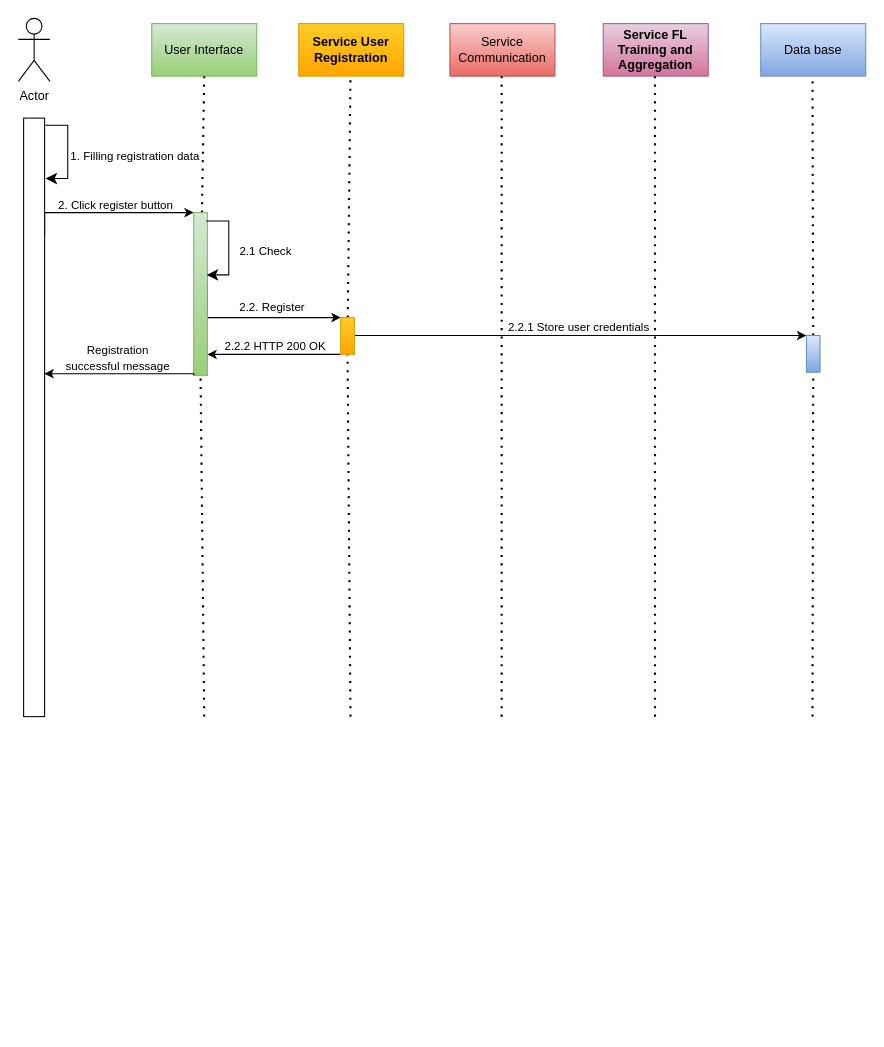
Above: Thesis/Process View.drawio in anandanlk/Drawings (draw.io), before the change. Source tidied: cells renumbered, new cells numbered last; positions are measured from the earlier drawing's top-left corner, leaving out a move shared by most shapes. Both pictures are drawn from the tidied source at 105%, with x=0, y=0 at pixel (18, 18).
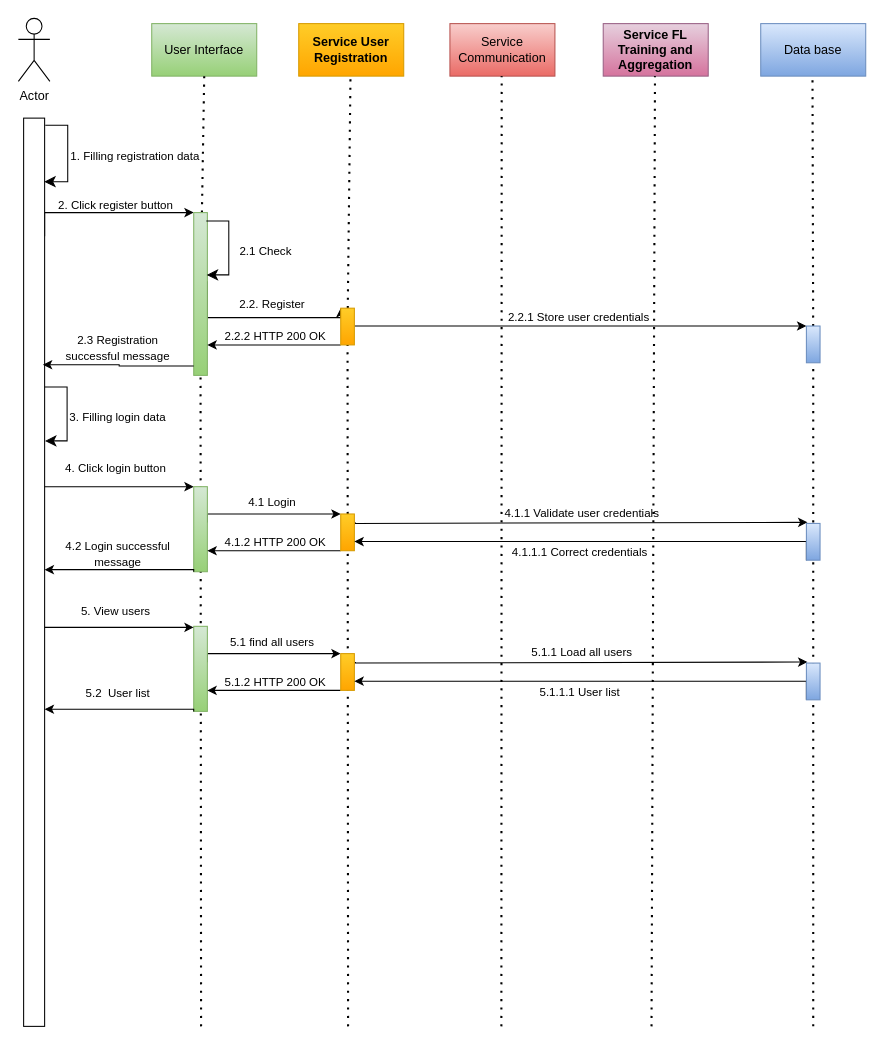
After the change.

Unchanged cells that the change refers to:
```xml
<mxCell id="20" style="rounded=0;whiteSpace=wrap;html=1;fillColor=#d5e8d4;gradientColor=#97d077;strokeColor=#82b366;" parent="1" vertex="1">
  <mxGeometry x="167" y="185" width="13" height="155" as="geometry" />
</mxCell>
```

Diff of the diagram source:
```diff
@@
     <mxCell id="9" style="rounded=0;whiteSpace=wrap;html=1;" parent="1" vertex="1">
-      <mxGeometry x="5" y="95" width="20" height="570" as="geometry" />
+      <mxGeometry x="5" y="95" width="20" height="865" as="geometry" />
     </mxCell>
@@
     <mxCell id="12" style="endArrow=none;dashed=1;html=1;dashPattern=1 3;strokeWidth=2;rounded=0;entryX=0.5;entryY=1;entryDx=0;entryDy=0;" parent="1" edge="1">
       <mxGeometry relative="1" as="geometry">
-        <mxPoint x="460.3" y="665" as="sourcePoint" />
+        <mxPoint x="460" y="960" as="sourcePoint" />
         <mxPoint x="460.3" y="55" as="targetPoint" />
       </mxGeometry>
     </mxCell>
     <mxCell id="13" style="endArrow=none;dashed=1;html=1;dashPattern=1 3;strokeWidth=2;rounded=0;entryX=0.5;entryY=1;entryDx=0;entryDy=0;" parent="1" edge="1">
       <mxGeometry relative="1" as="geometry">
-        <mxPoint x="606.3" y="665" as="sourcePoint" />
+        <mxPoint x="603" y="960" as="sourcePoint" />
         <mxPoint x="606.3" y="55" as="targetPoint" />
       </mxGeometry>
     </mxCell>
@@
-    <mxCell id="15" style="edgeStyle=elbowEdgeStyle;elbow=horizontal;endArrow=classic;html=1;curved=0;rounded=0;endSize=8;startSize=8;exitX=1.029;exitY=0.045;exitDx=0;exitDy=0;exitPerimeter=0;entryX=1.047;entryY=0.101;entryDx=0;entryDy=0;entryPerimeter=0;" parent="1" edge="1" target="9">
+    <mxCell id="15" style="edgeStyle=elbowEdgeStyle;elbow=horizontal;endArrow=classic;html=1;curved=0;rounded=0;endSize=8;startSize=8;exitX=1.029;exitY=0.045;exitDx=0;exitDy=0;exitPerimeter=0;entryX=0.983;entryY=0.07;entryDx=0;entryDy=0;entryPerimeter=0;" parent="1" edge="1" target="9">
       <mxGeometry relative="1" as="geometry">
         <mxPoint x="25.6" y="101.7" as="sourcePoint" />
         <Array as="points">
           <mxPoint x="47" y="146" />
         </Array>
       </mxGeometry>
     </mxCell>
@@
     <mxCell id="18" style="endArrow=none;dashed=1;html=1;dashPattern=1 3;strokeWidth=2;rounded=0;entryX=0.5;entryY=1;entryDx=0;entryDy=0;" parent="1" edge="1" target="20">
       <mxGeometry relative="1" as="geometry">
-        <mxPoint x="177" y="665" as="sourcePoint" />
+        <mxPoint x="174" y="960" as="sourcePoint" />
       </mxGeometry>
     </mxCell>
@@
     <mxCell id="23" value="&lt;font style=&quot;font-size: 11px;&quot;&gt;2.2. Register&lt;/font&gt;" style="text;html=1;align=center;verticalAlign=middle;whiteSpace=wrap;rounded=0;" parent="1" vertex="1">
-      <mxGeometry x="198" y="260" width="88" height="30" as="geometry" />
+      <mxGeometry x="198" y="257" width="88" height="30" as="geometry" />
     </mxCell>
     <mxCell id="24" style="endArrow=none;dashed=1;html=1;dashPattern=1 3;strokeWidth=2;rounded=0;entryX=0.5;entryY=1;entryDx=0;entryDy=0;" parent="1" edge="1" target="27">
       <mxGeometry relative="1" as="geometry">
-        <mxPoint x="316.3" y="665" as="sourcePoint" />
+        <mxPoint x="314" y="960" as="sourcePoint" />
       </mxGeometry>
     </mxCell>
     <mxCell id="25" style="edgeStyle=orthogonalEdgeStyle;rounded=0;jettySize=auto;html=1;exitX=0;exitY=1;exitDx=0;exitDy=0;" parent="1" edge="1" source="27">
       <mxGeometry relative="1" as="geometry">
-        <mxPoint x="180" y="320" as="targetPoint" />
+        <mxPoint x="180" y="311" as="targetPoint" />
         <Array as="points">
-          <mxPoint x="180" y="320" />
+          <mxPoint x="180" y="311" />
         </Array>
       </mxGeometry>
     </mxCell>
     <mxCell id="26" style="edgeStyle=orthogonalEdgeStyle;rounded=0;jettySize=auto;html=1;entryX=0;entryY=0;entryDx=0;entryDy=0;" parent="1" edge="1" source="27" target="30">
       <mxGeometry relative="1" as="geometry">
         <Array as="points">
-          <mxPoint x="751" y="303" />
+          <mxPoint x="751" y="294" />
         </Array>
       </mxGeometry>
     </mxCell>
     <mxCell id="27" style="rounded=0;whiteSpace=wrap;html=1;fillColor=#ffcd28;strokeColor=#d79b00;gradientColor=#ffa500;" parent="1" vertex="1">
-      <mxGeometry x="307" y="285" width="13" height="35" as="geometry" />
+      <mxGeometry x="307" y="276" width="13" height="35" as="geometry" />
     </mxCell>
     <mxCell id="28" value="&lt;font style=&quot;font-size: 11px;&quot;&gt;2.2.2 HTTP 200 OK&lt;/font&gt;" style="text;html=1;align=center;verticalAlign=middle;whiteSpace=wrap;rounded=0;" parent="1" vertex="1">
-      <mxGeometry x="195" y="297" width="100" height="30" as="geometry" />
+      <mxGeometry x="195" y="288" width="100" height="30" as="geometry" />
     </mxCell>
     <mxCell id="29" style="endArrow=none;dashed=1;html=1;dashPattern=1 3;strokeWidth=2;rounded=0;entryX=0.5;entryY=1;entryDx=0;entryDy=0;" parent="1" edge="1" target="30">
       <mxGeometry relative="1" as="geometry">
-        <mxPoint x="756.3" y="665" as="sourcePoint" />
+        <mxPoint x="757" y="960" as="sourcePoint" />
       </mxGeometry>
     </mxCell>
     <mxCell id="30" style="rounded=0;whiteSpace=wrap;html=1;fillColor=#dae8fc;strokeColor=#6c8ebf;gradientColor=#7ea6e0;" parent="1" vertex="1">
-      <mxGeometry x="750.5" y="302" width="13" height="35" as="geometry" />
+      <mxGeometry x="750.5" y="293" width="13" height="35" as="geometry" />
     </mxCell>
     <mxCell id="31" value="&lt;font style=&quot;font-size: 11px;&quot;&gt;2.2.1 Store user credentials&lt;/font&gt;" style="text;html=1;align=center;verticalAlign=middle;whiteSpace=wrap;rounded=0;" parent="1" vertex="1">
-      <mxGeometry x="459" y="279" width="150" height="30" as="geometry" />
+      <mxGeometry x="459" y="270" width="150" height="30" as="geometry" />
     </mxCell>
-    <mxCell id="32" style="edgeStyle=orthogonalEdgeStyle;rounded=0;jettySize=auto;html=1;exitX=0;exitY=1;exitDx=0;exitDy=0;entryX=0.988;entryY=0.427;entryDx=0;entryDy=0;entryPerimeter=0;" parent="1" edge="1" source="20" target="9">
+    <mxCell id="32" style="edgeStyle=orthogonalEdgeStyle;rounded=0;orthogonalLoop=1;jettySize=auto;html=1;exitX=0;exitY=1;exitDx=0;exitDy=0;entryX=0.917;entryY=0.282;entryDx=0;entryDy=0;entryPerimeter=0;" parent="1" edge="1">
       <mxGeometry relative="1" as="geometry">
+        <mxPoint x="167" y="331" as="sourcePoint" />
+        <mxPoint x="23.3" y="329.9" as="targetPoint" />
         <Array as="points">
-          <mxPoint x="167" y="338" />
+          <mxPoint x="96" y="330" />
         </Array>
       </mxGeometry>
     </mxCell>
-    <mxCell id="33" value="&lt;font style=&quot;font-size: 11px;&quot;&gt;Registration successful message&lt;/font&gt;" style="text;html=1;align=center;verticalAlign=middle;whiteSpace=wrap;rounded=0;" parent="1" vertex="1">
-      <mxGeometry x="40" y="308" width="110" height="30" as="geometry" />
+    <mxCell id="33" value="&lt;font style=&quot;font-size: 11px;&quot;&gt;2.3 Registration successful message&lt;/font&gt;" style="text;html=1;align=center;verticalAlign=middle;whiteSpace=wrap;rounded=0;" parent="1" vertex="1">
+      <mxGeometry x="40" y="299" width="110" height="30" as="geometry" />
     </mxCell>
+    <mxCell id="34" style="edgeStyle=elbowEdgeStyle;elbow=horizontal;endArrow=classic;html=1;curved=0;rounded=0;endSize=8;startSize=8;exitX=1.029;exitY=0.045;exitDx=0;exitDy=0;exitPerimeter=0;entryX=1.047;entryY=0.101;entryDx=0;entryDy=0;entryPerimeter=0;" parent="1" edge="1">
+      <mxGeometry relative="1" as="geometry">
+        <mxPoint x="25" y="351" as="sourcePoint" />
+        <mxPoint x="25.4" y="402.4" as="targetPoint" />
+        <Array as="points">
+          <mxPoint x="46.4" y="395.4" />
+        </Array>
+      </mxGeometry>
+    </mxCell>
+    <mxCell id="35" value="&lt;font style=&quot;font-size: 11px;&quot;&gt;3. Filling login data&lt;/font&gt;" style="text;html=1;align=left;verticalAlign=middle;whiteSpace=wrap;rounded=0;" parent="1" vertex="1">
+      <mxGeometry x="47.4" y="365.4" width="150" height="30" as="geometry" />
+    </mxCell>
+    <mxCell id="36" style="edgeStyle=orthogonalEdgeStyle;rounded=0;jettySize=auto;html=1;entryX=0;entryY=0;entryDx=0;entryDy=0;" parent="1" edge="1" target="39">
+      <mxGeometry relative="1" as="geometry">
+        <mxPoint x="25" y="446" as="sourcePoint" />
+        <Array as="points">
+          <mxPoint x="25" y="446" />
+        </Array>
+      </mxGeometry>
+    </mxCell>
+    <mxCell id="37" value="&lt;font style=&quot;font-size: 11px;&quot;&gt;4. Click login button&lt;/font&gt;" style="text;html=1;align=center;verticalAlign=middle;whiteSpace=wrap;rounded=0;" parent="1" vertex="1">
+      <mxGeometry x="18" y="417" width="150" height="23" as="geometry" />
+    </mxCell>
+    <mxCell id="38" style="edgeStyle=orthogonalEdgeStyle;rounded=0;jettySize=auto;html=1;entryX=0;entryY=0;entryDx=0;entryDy=0;exitX=1.005;exitY=0.421;exitDx=0;exitDy=0;exitPerimeter=0;" parent="1" edge="1" source="39" target="43">
+      <mxGeometry relative="1" as="geometry">
+        <Array as="points">
+          <mxPoint x="180" y="472" />
+        </Array>
+      </mxGeometry>
+    </mxCell>
+    <mxCell id="39" style="rounded=0;whiteSpace=wrap;html=1;fillColor=#d5e8d4;gradientColor=#97d077;strokeColor=#82b366;" parent="1" vertex="1">
+      <mxGeometry x="167" y="446" width="13" height="81" as="geometry" />
+    </mxCell>
+    <mxCell id="40" value="&lt;font style=&quot;font-size: 11px;&quot;&gt;4.1 Login&lt;/font&gt;" style="text;html=1;align=center;verticalAlign=middle;whiteSpace=wrap;rounded=0;" parent="1" vertex="1">
+      <mxGeometry x="198" y="446" width="88" height="30" as="geometry" />
+    </mxCell>
+    <mxCell id="41" style="edgeStyle=orthogonalEdgeStyle;rounded=0;jettySize=auto;html=1;exitX=0;exitY=1;exitDx=0;exitDy=0;" parent="1" edge="1" source="43">
+      <mxGeometry relative="1" as="geometry">
+        <mxPoint x="180" y="507" as="targetPoint" />
+        <Array as="points">
+          <mxPoint x="180" y="507" />
+        </Array>
+      </mxGeometry>
+    </mxCell>
+    <mxCell id="42" style="edgeStyle=orthogonalEdgeStyle;rounded=0;orthogonalLoop=1;jettySize=auto;html=1;entryX=0;entryY=0;entryDx=0;entryDy=0;" parent="1" edge="1">
+      <mxGeometry relative="1" as="geometry">
+        <mxPoint x="321" y="480" as="sourcePoint" />
+        <mxPoint x="751.5" y="480" as="targetPoint" />
+        <Array as="points">
+          <mxPoint x="752" y="481" />
+        </Array>
+      </mxGeometry>
+    </mxCell>
+    <mxCell id="43" style="rounded=0;whiteSpace=wrap;html=1;fillColor=#ffcd28;strokeColor=#d79b00;gradientColor=#ffa500;" parent="1" vertex="1">
+      <mxGeometry x="307" y="472" width="13" height="35" as="geometry" />
+    </mxCell>
+    <mxCell id="44" value="&lt;font style=&quot;font-size: 11px;&quot;&gt;4.1.2 HTTP 200 OK&lt;/font&gt;" style="text;html=1;align=center;verticalAlign=middle;whiteSpace=wrap;rounded=0;" parent="1" vertex="1">
+      <mxGeometry x="195" y="484" width="100" height="30" as="geometry" />
+    </mxCell>
+    <mxCell id="45" style="edgeStyle=orthogonalEdgeStyle;rounded=0;jettySize=auto;html=1;exitX=0;exitY=1;exitDx=0;exitDy=0;entryX=1;entryY=0.75;entryDx=0;entryDy=0;" parent="1" edge="1" source="46" target="43">
+      <mxGeometry relative="1" as="geometry">
+        <Array as="points">
+          <mxPoint x="751" y="498" />
+        </Array>
+      </mxGeometry>
+    </mxCell>
+    <mxCell id="46" style="rounded=0;whiteSpace=wrap;html=1;fillColor=#dae8fc;strokeColor=#6c8ebf;gradientColor=#7ea6e0;" parent="1" vertex="1">
+      <mxGeometry x="750.5" y="481" width="13" height="35" as="geometry" />
+    </mxCell>
+    <mxCell id="47" value="&lt;font style=&quot;font-size: 11px;&quot;&gt;4.1.1 Validate user credentials&lt;/font&gt;" style="text;html=1;align=center;verticalAlign=middle;whiteSpace=wrap;rounded=0;" parent="1" vertex="1">
+      <mxGeometry x="462" y="456" width="150" height="30" as="geometry" />
+    </mxCell>
+    <mxCell id="48" style="edgeStyle=orthogonalEdgeStyle;rounded=0;jettySize=auto;html=1;exitX=0;exitY=1;exitDx=0;exitDy=0;entryX=0.988;entryY=0.427;entryDx=0;entryDy=0;entryPerimeter=0;" parent="1" edge="1" source="39">
+      <mxGeometry relative="1" as="geometry">
+        <mxPoint x="25" y="525" as="targetPoint" />
+        <Array as="points">
+          <mxPoint x="167" y="525" />
+        </Array>
+      </mxGeometry>
+    </mxCell>
+    <mxCell id="49" value="&lt;font style=&quot;font-size: 11px;&quot;&gt;4.2 Login successful message&lt;/font&gt;" style="text;html=1;align=center;verticalAlign=middle;whiteSpace=wrap;rounded=0;" parent="1" vertex="1">
+      <mxGeometry x="40" y="495" width="110" height="30" as="geometry" />
+    </mxCell>
+    <mxCell id="50" value="&lt;font style=&quot;font-size: 11px;&quot;&gt;4.1.1.1 Correct credentials&lt;/font&gt;" style="text;html=1;align=center;verticalAlign=middle;whiteSpace=wrap;rounded=0;" parent="1" vertex="1">
+      <mxGeometry x="460" y="494" width="150" height="30" as="geometry" />
+    </mxCell>
+    <mxCell id="51" value="&lt;font style=&quot;font-size: 11px;&quot;&gt;5. View users&lt;/font&gt;" style="text;html=1;align=center;verticalAlign=middle;whiteSpace=wrap;rounded=0;" parent="1" vertex="1">
+      <mxGeometry x="18" y="550" width="150" height="30" as="geometry" />
+    </mxCell>
+    <mxCell id="52" style="edgeStyle=orthogonalEdgeStyle;rounded=0;jettySize=auto;html=1;entryX=0;entryY=0;entryDx=0;entryDy=0;exitX=1.005;exitY=0.421;exitDx=0;exitDy=0;exitPerimeter=0;" parent="1" edge="1" source="53" target="57">
+      <mxGeometry relative="1" as="geometry">
+        <Array as="points">
+          <mxPoint x="180" y="605" />
+        </Array>
+      </mxGeometry>
+    </mxCell>
+    <mxCell id="53" style="rounded=0;whiteSpace=wrap;html=1;fillColor=#d5e8d4;gradientColor=#97d077;strokeColor=#82b366;" parent="1" vertex="1">
+      <mxGeometry x="167" y="579" width="13" height="81" as="geometry" />
+    </mxCell>
+    <mxCell id="54" value="&lt;font style=&quot;font-size: 11px;&quot;&gt;5.1 find all users&lt;/font&gt;" style="text;html=1;align=center;verticalAlign=middle;whiteSpace=wrap;rounded=0;" parent="1" vertex="1">
+      <mxGeometry x="198" y="579" width="88" height="30" as="geometry" />
+    </mxCell>
+    <mxCell id="55" style="edgeStyle=orthogonalEdgeStyle;rounded=0;jettySize=auto;html=1;exitX=0;exitY=1;exitDx=0;exitDy=0;" parent="1" edge="1" source="57">
+      <mxGeometry relative="1" as="geometry">
+        <mxPoint x="180" y="640" as="targetPoint" />
+        <Array as="points">
+          <mxPoint x="180" y="640" />
+        </Array>
+      </mxGeometry>
+    </mxCell>
+    <mxCell id="56" style="edgeStyle=orthogonalEdgeStyle;rounded=0;orthogonalLoop=1;jettySize=auto;html=1;entryX=0;entryY=0;entryDx=0;entryDy=0;" parent="1" edge="1">
+      <mxGeometry relative="1" as="geometry">
+        <mxPoint x="321" y="613" as="sourcePoint" />
+        <mxPoint x="751.5" y="613" as="targetPoint" />
+        <Array as="points">
+          <mxPoint x="752" y="614" />
+        </Array>
+      </mxGeometry>
+    </mxCell>
+    <mxCell id="57" style="rounded=0;whiteSpace=wrap;html=1;fillColor=#ffcd28;strokeColor=#d79b00;gradientColor=#ffa500;" parent="1" vertex="1">
+      <mxGeometry x="307" y="605" width="13" height="35" as="geometry" />
+    </mxCell>
+    <mxCell id="58" value="&lt;font style=&quot;font-size: 11px;&quot;&gt;5.1.2 HTTP 200 OK&lt;/font&gt;" style="text;html=1;align=center;verticalAlign=middle;whiteSpace=wrap;rounded=0;" parent="1" vertex="1">
+      <mxGeometry x="195" y="617" width="100" height="30" as="geometry" />
+    </mxCell>
+    <mxCell id="59" style="edgeStyle=orthogonalEdgeStyle;rounded=0;jettySize=auto;html=1;exitX=0;exitY=1;exitDx=0;exitDy=0;entryX=1;entryY=0.75;entryDx=0;entryDy=0;" parent="1" edge="1" source="60" target="57">
+      <mxGeometry relative="1" as="geometry">
+        <Array as="points">
+          <mxPoint x="751" y="631" />
+        </Array>
+      </mxGeometry>
+    </mxCell>
+    <mxCell id="60" style="rounded=0;whiteSpace=wrap;html=1;fillColor=#dae8fc;strokeColor=#6c8ebf;gradientColor=#7ea6e0;" parent="1" vertex="1">
+      <mxGeometry x="750.5" y="614" width="13" height="35" as="geometry" />
+    </mxCell>
+    <mxCell id="61" value="&lt;font style=&quot;font-size: 11px;&quot;&gt;5.1.1 Load all users&lt;/font&gt;" style="text;html=1;align=center;verticalAlign=middle;whiteSpace=wrap;rounded=0;" parent="1" vertex="1">
+      <mxGeometry x="462" y="589" width="150" height="30" as="geometry" />
+    </mxCell>
+    <mxCell id="62" style="edgeStyle=orthogonalEdgeStyle;rounded=0;jettySize=auto;html=1;exitX=0;exitY=1;exitDx=0;exitDy=0;entryX=0.988;entryY=0.427;entryDx=0;entryDy=0;entryPerimeter=0;" parent="1" edge="1" source="53">
+      <mxGeometry relative="1" as="geometry">
+        <mxPoint x="25" y="658" as="targetPoint" />
+        <Array as="points">
+          <mxPoint x="167" y="658" />
+        </Array>
+      </mxGeometry>
+    </mxCell>
+    <mxCell id="63" value="&lt;font style=&quot;font-size: 11px;&quot;&gt;5.2&amp;nbsp; User list&lt;/font&gt;" style="text;html=1;align=center;verticalAlign=middle;whiteSpace=wrap;rounded=0;" parent="1" vertex="1">
+      <mxGeometry x="40" y="628" width="110" height="30" as="geometry" />
+    </mxCell>
+    <mxCell id="64" value="&lt;font style=&quot;font-size: 11px;&quot;&gt;5.1.1.1 User list&lt;/font&gt;" style="text;html=1;align=center;verticalAlign=middle;whiteSpace=wrap;rounded=0;" parent="1" vertex="1">
+      <mxGeometry x="460" y="627" width="150" height="30" as="geometry" />
+    </mxCell>
+    <mxCell id="65" style="edgeStyle=orthogonalEdgeStyle;rounded=0;orthogonalLoop=1;jettySize=auto;html=1;entryX=0;entryY=0;entryDx=0;entryDy=0;" parent="1" edge="1">
+      <mxGeometry relative="1" as="geometry">
+        <mxPoint x="25" y="580" as="sourcePoint" />
+        <mxPoint x="167" y="580" as="targetPoint" />
+        <Array as="points">
+          <mxPoint x="25" y="580" />
+        </Array>
+      </mxGeometry>
+    </mxCell>
```
